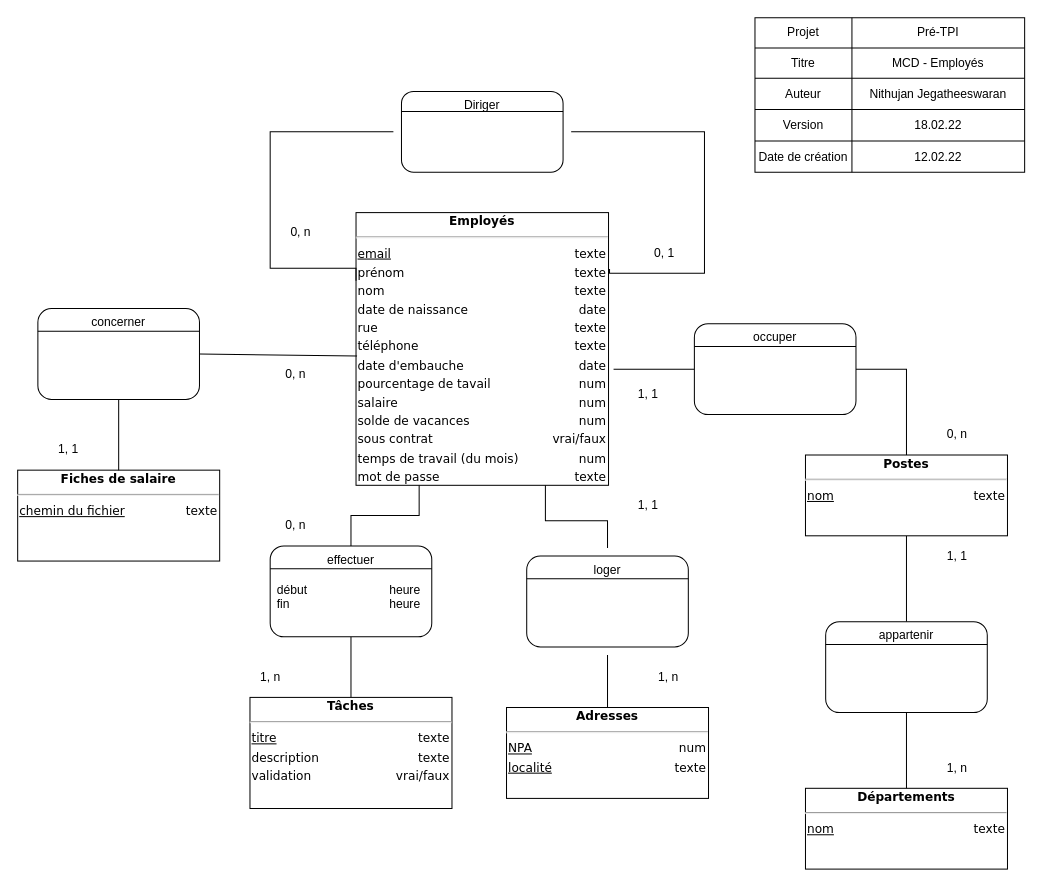
Before: conception/MCD_Employés.drawio in J-Nithujan/employee_mgmt_app, a draw.io diagram. Source tidied: cells renumbered, new cells numbered last; positions are measured from the earlier drawing's top-left corner, leaving out a move shared by most shapes. Both pictures are drawn from the tidied source at 101%, with x=0, y=0 at pixel (17, 17).
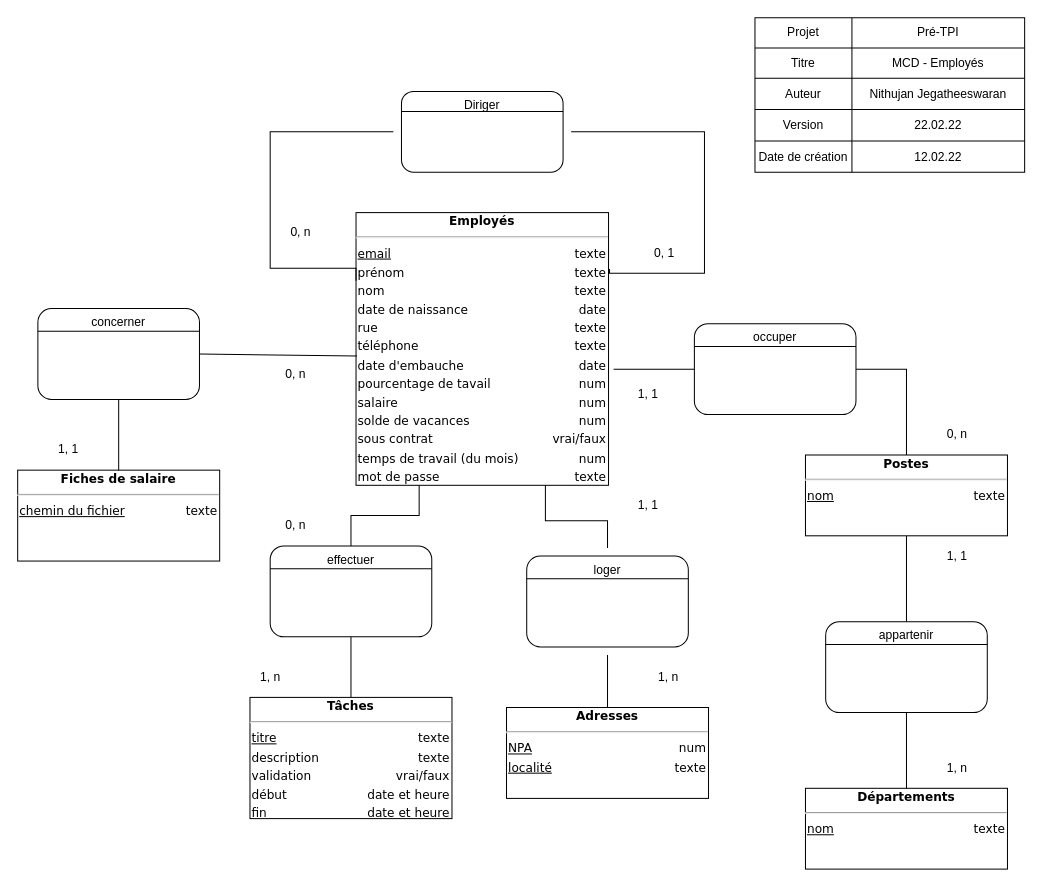
Above is the later version.

Unchanged cells that the change refers to:
```xml
<mxCell id="12" style="shape=partialRectangle;html=1;whiteSpace=wrap;fillColor=none;top=0;left=0;bottom=0;right=0;" parent="2" vertex="1">
  <mxGeometry y="91" width="267" height="31" as="geometry" />
</mxCell>
```

The edit, as a diff of the source:
```diff
@@
-    <mxCell id="14" value="18.02.22" style="shape=partialRectangle;html=1;whiteSpace=wrap;fillColor=none;top=0;left=0;bottom=0;right=0;overflow=hidden;" parent="12" vertex="1">
+    <mxCell id="14" value="22.02.22" style="shape=partialRectangle;html=1;whiteSpace=wrap;fillColor=none;top=0;left=0;bottom=0;right=0;overflow=hidden;" parent="12" vertex="1">
       <mxGeometry x="96" width="171" height="31" as="geometry" />
     </mxCell>
@@
-    <mxCell id="47" value="&lt;div style=&quot;box-sizing: border-box ; width: 100% ; padding: 2px&quot;&gt;&lt;span style=&quot;background-color: rgb(255 , 255 , 255)&quot;&gt;&lt;b&gt;Tâches&lt;/b&gt;&lt;/span&gt;&lt;/div&gt;&lt;hr&gt;&lt;table style=&quot;width: 100% ; font-size: 1em&quot; cellpadding=&quot;2&quot; cellspacing=&quot;0&quot;&gt;&lt;tbody&gt;&lt;tr&gt;&lt;td style=&quot;text-align: left&quot;&gt;&lt;u&gt;titre&lt;/u&gt;&lt;/td&gt;&lt;td style=&quot;text-align: right&quot;&gt;texte&lt;br&gt;&lt;/td&gt;&lt;/tr&gt;&lt;tr&gt;&lt;td style=&quot;text-align: left&quot;&gt;description&lt;/td&gt;&lt;td style=&quot;text-align: right&quot;&gt;texte&lt;/td&gt;&lt;/tr&gt;&lt;tr&gt;&lt;td style=&quot;text-align: left&quot;&gt;validation&lt;/td&gt;&lt;td style=&quot;text-align: right&quot;&gt;vrai/faux&lt;/td&gt;&lt;/tr&gt;&lt;/tbody&gt;&lt;/table&gt;" style="verticalAlign=top;align=center;overflow=fill;html=1;rounded=0;shadow=0;comic=0;labelBackgroundColor=none;strokeColor=#000000;strokeWidth=1;fillColor=#ffffff;fontFamily=Verdana;fontSize=12;fontColor=#000000;hachureGap=4;" parent="1" vertex="1">
-      <mxGeometry x="230" y="673" width="200" height="110" as="geometry" />
+    <mxCell id="47" value="&lt;div style=&quot;box-sizing: border-box ; width: 100% ; padding: 2px&quot;&gt;&lt;span style=&quot;background-color: rgb(255 , 255 , 255)&quot;&gt;&lt;b&gt;Tâches&lt;/b&gt;&lt;/span&gt;&lt;/div&gt;&lt;hr&gt;&lt;table style=&quot;width: 100% ; font-size: 1em&quot; cellpadding=&quot;2&quot; cellspacing=&quot;0&quot;&gt;&lt;tbody&gt;&lt;tr&gt;&lt;td style=&quot;text-align: left&quot;&gt;&lt;u&gt;titre&lt;/u&gt;&lt;/td&gt;&lt;td style=&quot;text-align: right&quot;&gt;texte&lt;br&gt;&lt;/td&gt;&lt;/tr&gt;&lt;tr&gt;&lt;td style=&quot;text-align: left&quot;&gt;description&lt;/td&gt;&lt;td style=&quot;text-align: right&quot;&gt;texte&lt;/td&gt;&lt;/tr&gt;&lt;tr&gt;&lt;td style=&quot;text-align: left&quot;&gt;validation&lt;/td&gt;&lt;td style=&quot;text-align: right&quot;&gt;vrai/faux&lt;/td&gt;&lt;/tr&gt;&lt;tr&gt;&lt;td style=&quot;text-align: left&quot;&gt;début&lt;/td&gt;&lt;td style=&quot;text-align: right&quot;&gt;date et heure&lt;/td&gt;&lt;/tr&gt;&lt;tr&gt;&lt;td style=&quot;text-align: left&quot;&gt;fin&lt;/td&gt;&lt;td style=&quot;text-align: right&quot;&gt;date et heure&lt;/td&gt;&lt;/tr&gt;&lt;/tbody&gt;&lt;/table&gt;" style="verticalAlign=top;align=center;overflow=fill;html=1;rounded=0;shadow=0;comic=0;labelBackgroundColor=none;strokeColor=#000000;strokeWidth=1;fillColor=#ffffff;fontFamily=Verdana;fontSize=12;fontColor=#000000;hachureGap=4;" parent="1" vertex="1">
+      <mxGeometry x="230" y="673" width="200" height="120" as="geometry" />
     </mxCell>
@@
-    <mxCell id="54" value="début&lt;br&gt;fin" style="text;html=1;align=left;verticalAlign=top;strokeColor=none;fillColor=none;" parent="1" vertex="1">
-      <mxGeometry x="255" y="553" width="50" height="30" as="geometry" />
-    </mxCell>
-    <mxCell id="55" value="heure&lt;br&gt;heure" style="text;html=1;align=right;verticalAlign=top;strokeColor=none;fillColor=none;" parent="1" vertex="1">
-      <mxGeometry x="350" y="553" width="50" height="30" as="geometry" />
-    </mxCell>
```
